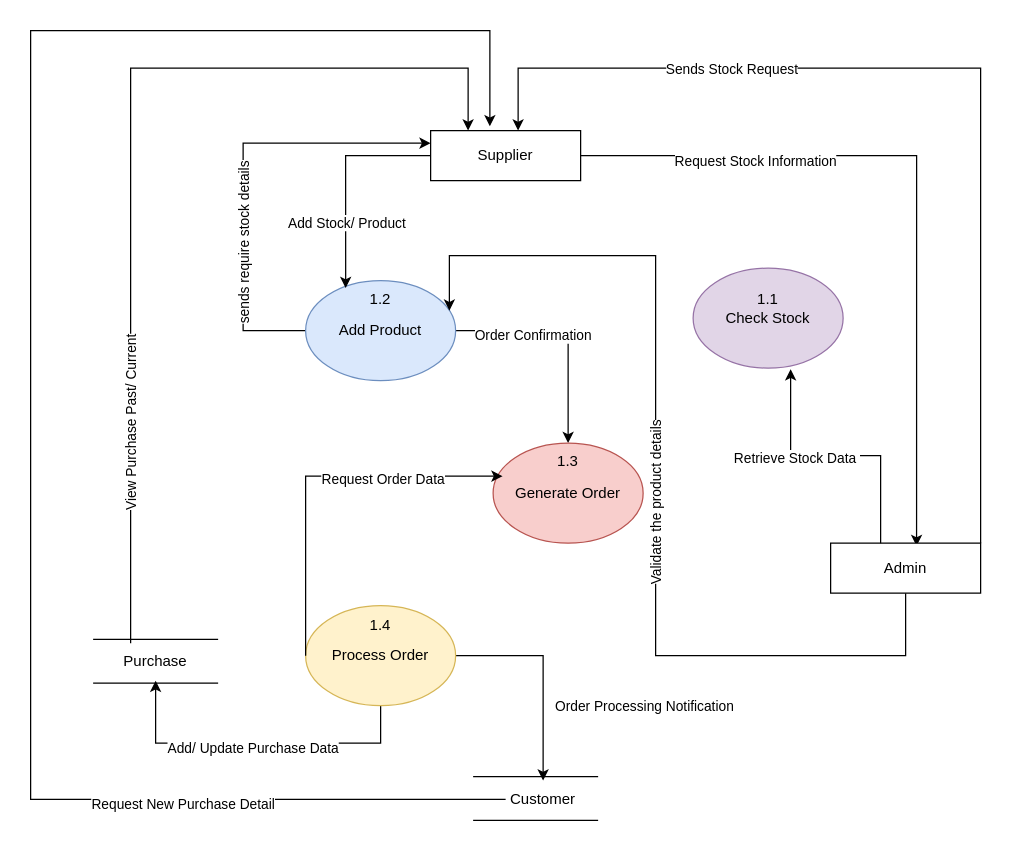
pawal-karki/DRAW.IO keeps this draw.io diagram as Level 2 1.1.drawio. Above is the earlier version. Source tidied: cells renumbered, new cells numbered last; positions are measured from the earlier drawing's top-left corner, leaving out a move shared by most shapes. Both pictures are drawn from the tidied source at 125%, with x=0, y=0 at pixel (30, 30).
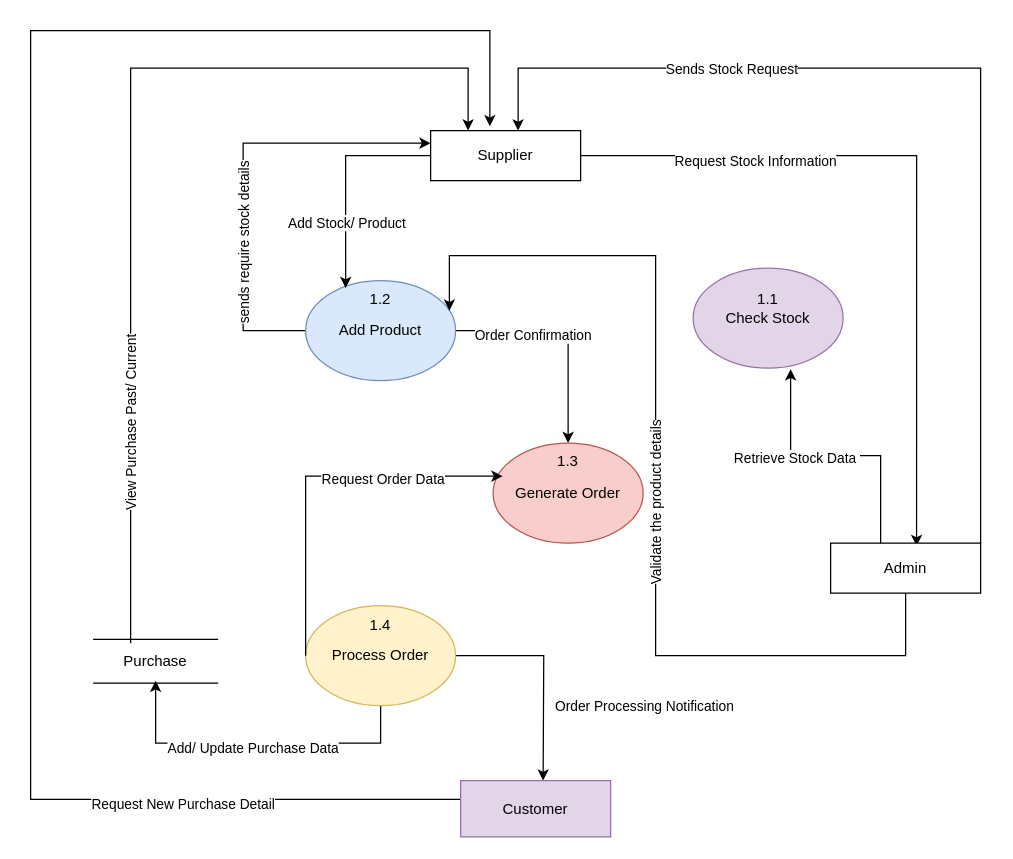
The same diagram, later.

Unchanged cells that the change refers to:
```xml
<mxCell id="4" value="Supplier" style="rounded=0;whiteSpace=wrap;html=1;" parent="1" vertex="1">
  <mxGeometry x="320" y="80" width="120" height="40" as="geometry" />
</mxCell>
<mxCell id="16" value="Process Order" style="ellipse;whiteSpace=wrap;html=1;fillColor=#fff2cc;strokeColor=#d6b656;" parent="1" vertex="1">
  <mxGeometry x="220" y="460" width="120" height="80" as="geometry" />
</mxCell>
```

Diff of the diagram source:
```diff
@@
-    <mxCell id="11" style="edgeStyle=orthogonalEdgeStyle;rounded=0;jettySize=auto;html=1;entryX=0.5;entryY=0;entryDx=0;entryDy=0;exitX=1;exitY=0.5;exitDx=0;exitDy=0;" parent="1" edge="1" source="16" target="36">
-      <mxGeometry relative="1" as="geometry" />
+    <mxCell id="11" style="edgeStyle=orthogonalEdgeStyle;rounded=0;jettySize=auto;html=1;entryX=0.5;entryY=0;entryDx=0;entryDy=0;exitX=1;exitY=0.5;exitDx=0;exitDy=0;" parent="1" edge="1" source="16">
+      <mxGeometry relative="1" as="geometry">
+        <mxPoint x="410" y="600" as="targetPoint" />
+      </mxGeometry>
     </mxCell>
@@
-    <mxCell id="36" value="Customer" style="text;html=1;align=center;verticalAlign=middle;whiteSpace=wrap;rounded=0;" parent="1" vertex="1">
-      <mxGeometry x="380" y="600" width="60" height="30" as="geometry" />
-    </mxCell>
-    <mxCell id="37" style="shape=link;html=1;rounded=0;width=35;" parent="1" edge="1">
-      <mxGeometry relative="1" as="geometry">
-        <mxPoint x="354" y="614.3" as="sourcePoint" />
-        <mxPoint x="454" y="614.3" as="targetPoint" />
-        <Array as="points">
-          <mxPoint x="404" y="614.3" />
-        </Array>
-      </mxGeometry>
-    </mxCell>
-    <mxCell id="38" style="edgeStyle=orthogonalEdgeStyle;rounded=0;jettySize=auto;html=1;entryX=0.395;entryY=-0.085;entryDx=0;entryDy=0;entryPerimeter=0;" parent="1" edge="1" source="36" target="4">
+    <mxCell id="38" style="edgeStyle=orthogonalEdgeStyle;rounded=0;jettySize=auto;html=1;entryX=0.395;entryY=-0.085;entryDx=0;entryDy=0;entryPerimeter=0;" parent="1" edge="1" target="4">
       <mxGeometry relative="1" as="geometry">
+        <mxPoint x="380" y="615" as="sourcePoint" />
         <Array as="points">
           <mxPoint y="615" />
           <mxPoint />
           <mxPoint x="367" />
         </Array>
       </mxGeometry>
     </mxCell>
@@
+    <mxCell id="36" value="Customer" style="rounded=0;whiteSpace=wrap;html=1;fillColor=#e1d5e7;strokeColor=#9673a6;" parent="1" vertex="1">
+      <mxGeometry x="344" y="600" width="120" height="45" as="geometry" />
+    </mxCell>
```
